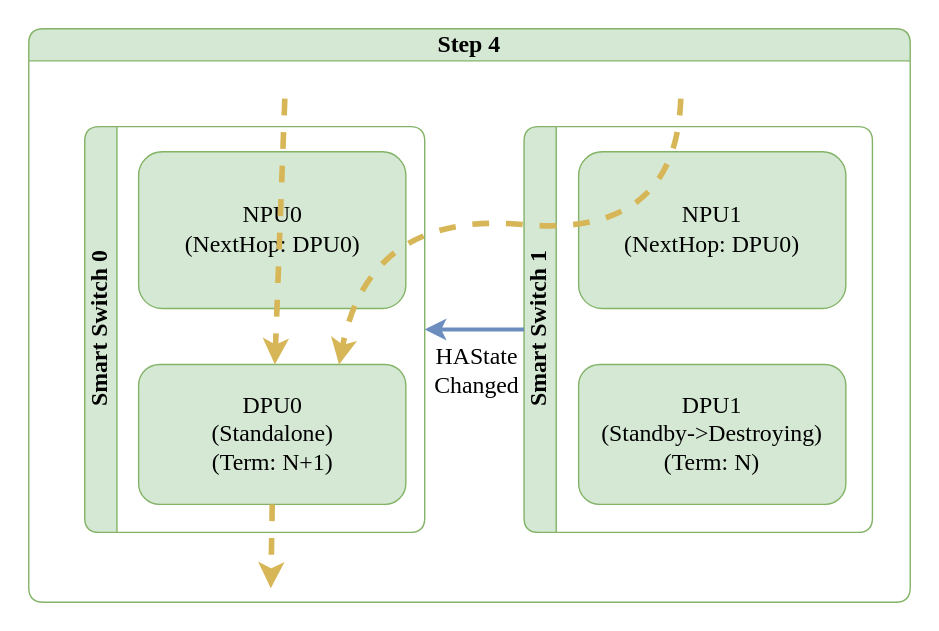
Before: doc/smart-switch/high-availability/images/ha-planned-events-shutdown-step-4.svg, a diagram exported from draw.io (sonic-net/SONiC). Source tidied: cells renumbered, new cells last; positions are measured from the earlier drawing's top-left corner, leaving out a move shared by most shapes.
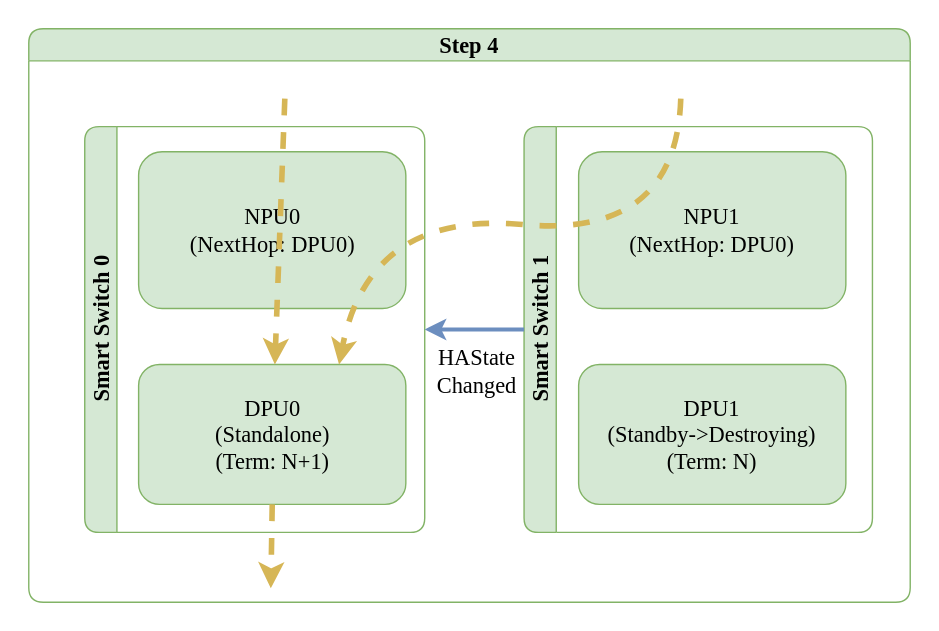
The same diagram one commit later.

Diff of the diagram source:
```diff
@@ -2,33 +2,33 @@
   <root>
     <mxCell id="0" />
     <mxCell id="1" parent="0" />
-    <mxCell id="2" value="Step 4" style="swimlane;horizontal=1;whiteSpace=wrap;html=1;rounded=1;labelBorderColor=none;strokeColor=#82b366;fontFamily=Consolas;fontSize=17;startSize=23;fillColor=#d5e8d4;swimlaneFillColor=#FFFFFF;" parent="1" vertex="1">
+    <mxCell id="2" value="Step 4" style="swimlane;horizontal=1;whiteSpace=wrap;html=1;rounded=1;labelBorderColor=none;strokeColor=#82b366;fontFamily=Monaco;fontSize=16;startSize=23;fillColor=#d5e8d4;swimlaneFillColor=#FFFFFF;" parent="1" vertex="1">
       <mxGeometry width="630" height="410" as="geometry" />
     </mxCell>
-    <mxCell id="3" value="Smart Switch 0" style="swimlane;horizontal=0;whiteSpace=wrap;html=1;rounded=1;labelBorderColor=none;strokeColor=#82b366;fontFamily=Consolas;fontSize=17;startSize=23;fillColor=#d5e8d4;swimlaneFillColor=#FFFFFF;" parent="2" vertex="1">
+    <mxCell id="3" value="Smart Switch 0" style="swimlane;horizontal=0;whiteSpace=wrap;html=1;rounded=1;labelBorderColor=none;strokeColor=#82b366;fontFamily=Monaco;fontSize=16;startSize=23;fillColor=#d5e8d4;swimlaneFillColor=#FFFFFF;" parent="2" vertex="1">
       <mxGeometry x="40" y="70" width="243" height="290" as="geometry" />
     </mxCell>
-    <mxCell id="4" value="NPU0&lt;br style=&quot;font-size: 17px;&quot;&gt;(NextHop: DPU0)" style="rounded=1;whiteSpace=wrap;html=1;strokeColor=#82b366;fontFamily=Consolas;fontSize=17;startSize=23;fillColor=#d5e8d4;" parent="3" vertex="1">
+    <mxCell id="4" value="NPU0&lt;br style=&quot;font-size: 16px;&quot;&gt;(NextHop: DPU0)" style="rounded=1;whiteSpace=wrap;html=1;strokeColor=#82b366;fontFamily=Monaco;fontSize=16;startSize=23;fillColor=#d5e8d4;" parent="3" vertex="1">
       <mxGeometry x="38.5" y="18" width="191" height="112" as="geometry" />
     </mxCell>
-    <mxCell id="5" value="DPU0&lt;br style=&quot;border-color: var(--border-color); font-size: 17px;&quot;&gt;(Standalone)&lt;br style=&quot;border-color: var(--border-color); font-size: 17px;&quot;&gt;(Term: N+1)" style="rounded=1;whiteSpace=wrap;html=1;strokeColor=#82b366;fontFamily=Consolas;fontSize=17;startSize=23;fillColor=#d5e8d4;" parent="3" vertex="1">
+    <mxCell id="5" value="DPU0&lt;br style=&quot;border-color: var(--border-color); font-size: 16px;&quot;&gt;(Standalone)&lt;br style=&quot;border-color: var(--border-color); font-size: 16px;&quot;&gt;(Term: N+1)" style="rounded=1;whiteSpace=wrap;html=1;strokeColor=#82b366;fontFamily=Monaco;fontSize=16;startSize=23;fillColor=#d5e8d4;" parent="3" vertex="1">
       <mxGeometry x="38.5" y="170" width="191" height="100" as="geometry" />
     </mxCell>
-    <mxCell id="6" value="Smart Switch 1" style="swimlane;horizontal=0;whiteSpace=wrap;html=1;rounded=1;labelBorderColor=none;strokeColor=#82b366;fontFamily=Consolas;fontSize=17;startSize=23;fillColor=#d5e8d4;swimlaneFillColor=#FFFFFF;" parent="2" vertex="1">
+    <mxCell id="6" value="Smart Switch 1" style="swimlane;horizontal=0;whiteSpace=wrap;html=1;rounded=1;labelBorderColor=none;strokeColor=#82b366;fontFamily=Monaco;fontSize=16;startSize=23;fillColor=#d5e8d4;swimlaneFillColor=#FFFFFF;" parent="2" vertex="1">
       <mxGeometry x="354" y="70" width="249" height="290" as="geometry" />
     </mxCell>
-    <mxCell id="7" value="NPU1&lt;br style=&quot;font-size: 17px;&quot;&gt;(NextHop: DPU0)" style="rounded=1;whiteSpace=wrap;html=1;strokeColor=#82b366;fontFamily=Consolas;fontSize=17;startSize=23;fillColor=#d5e8d4;" parent="6" vertex="1">
+    <mxCell id="7" value="NPU1&lt;br style=&quot;font-size: 16px;&quot;&gt;(NextHop: DPU0)" style="rounded=1;whiteSpace=wrap;html=1;strokeColor=#82b366;fontFamily=Monaco;fontSize=16;startSize=23;fillColor=#d5e8d4;" parent="6" vertex="1">
       <mxGeometry x="39" y="18" width="191" height="112" as="geometry" />
     </mxCell>
-    <mxCell id="8" value="DPU1&lt;br style=&quot;border-color: var(--border-color); font-size: 17px;&quot;&gt;(Standby-&amp;gt;Destroying)&lt;br style=&quot;border-color: var(--border-color); font-size: 17px;&quot;&gt;(Term: N)" style="rounded=1;whiteSpace=wrap;html=1;strokeColor=#82b366;fontFamily=Consolas;fontSize=17;startSize=23;fillColor=#d5e8d4;" parent="6" vertex="1">
+    <mxCell id="8" value="DPU1&lt;br style=&quot;border-color: var(--border-color); font-size: 16px;&quot;&gt;(Standby-&amp;gt;Destroying)&lt;br style=&quot;border-color: var(--border-color); font-size: 16px;&quot;&gt;(Term: N)" style="rounded=1;whiteSpace=wrap;html=1;strokeColor=#82b366;fontFamily=Monaco;fontSize=16;startSize=23;fillColor=#d5e8d4;" parent="6" vertex="1">
       <mxGeometry x="39" y="170" width="191" height="100" as="geometry" />
     </mxCell>
-    <mxCell id="9" style="curved=1;endArrow=classic;html=1;rounded=0;fillColor=#fff2cc;strokeColor=#d6b656;strokeWidth=4;dashed=1;endFill=1;fontFamily=Consolas;fontSize=17;" parent="2" edge="1" target="5">
+    <mxCell id="9" style="curved=1;endArrow=classic;html=1;rounded=0;fillColor=#fff2cc;strokeColor=#d6b656;strokeWidth=4;dashed=1;endFill=1;fontFamily=Monaco;fontSize=16;" parent="2" edge="1" target="5">
       <mxGeometry relative="1" as="geometry">
         <mxPoint x="183" y="50" as="sourcePoint" />
       </mxGeometry>
     </mxCell>
-    <mxCell id="10" style="curved=1;endArrow=classic;html=1;rounded=0;entryX=0.75;entryY=0;entryDx=0;entryDy=0;fillColor=#fff2cc;strokeColor=#d6b656;strokeWidth=4;dashed=1;endFill=1;fontFamily=Consolas;fontSize=17;" parent="2" edge="1" target="5">
+    <mxCell id="10" style="curved=1;endArrow=classic;html=1;rounded=0;entryX=0.75;entryY=0;entryDx=0;entryDy=0;fillColor=#fff2cc;strokeColor=#d6b656;strokeWidth=4;dashed=1;endFill=1;fontFamily=Monaco;fontSize=16;" parent="2" edge="1" target="5">
       <mxGeometry relative="1" as="geometry">
         <mxPoint x="466" y="50" as="sourcePoint" />
         <Array as="points">
@@ -37,12 +37,12 @@
         </Array>
       </mxGeometry>
     </mxCell>
-    <mxCell id="11" style="endArrow=classic;html=1;rounded=0;fillColor=#fff2cc;strokeColor=#d6b656;strokeWidth=4;dashed=1;endFill=1;exitX=0.5;exitY=1;exitDx=0;exitDy=0;fontFamily=Consolas;fontSize=17;" parent="2" edge="1" source="5">
+    <mxCell id="11" style="endArrow=classic;html=1;rounded=0;fillColor=#fff2cc;strokeColor=#d6b656;strokeWidth=4;dashed=1;endFill=1;exitX=0.5;exitY=1;exitDx=0;exitDy=0;fontFamily=Monaco;fontSize=16;" parent="2" edge="1" source="5">
       <mxGeometry relative="1" as="geometry">
         <mxPoint x="173" y="400" as="targetPoint" />
       </mxGeometry>
     </mxCell>
-    <mxCell id="12" value="HAState&lt;br style=&quot;font-size: 17px;&quot;&gt;Changed" style="endArrow=none;startArrow=classic;html=1;rounded=0;exitX=1;exitY=0.5;exitDx=0;exitDy=0;entryX=0;entryY=0.5;entryDx=0;entryDy=0;fillColor=#dae8fc;strokeColor=#6c8ebf;strokeWidth=3;fontFamily=Consolas;fontSize=17;startFill=1;endFill=0;labelBackgroundColor=none;" parent="2" edge="1" source="3" target="6">
+    <mxCell id="12" value="HAState&lt;br style=&quot;font-size: 16px;&quot;&gt;Changed" style="endArrow=none;startArrow=classic;html=1;rounded=0;exitX=1;exitY=0.5;exitDx=0;exitDy=0;entryX=0;entryY=0.5;entryDx=0;entryDy=0;fillColor=#dae8fc;strokeColor=#6c8ebf;strokeWidth=3;fontFamily=Monaco;fontSize=16;startFill=1;endFill=0;labelBackgroundColor=none;" parent="2" edge="1" source="3" target="6">
       <mxGeometry x="0.04" y="-30" relative="1" as="geometry" />
     </mxCell>
   </root>
```
